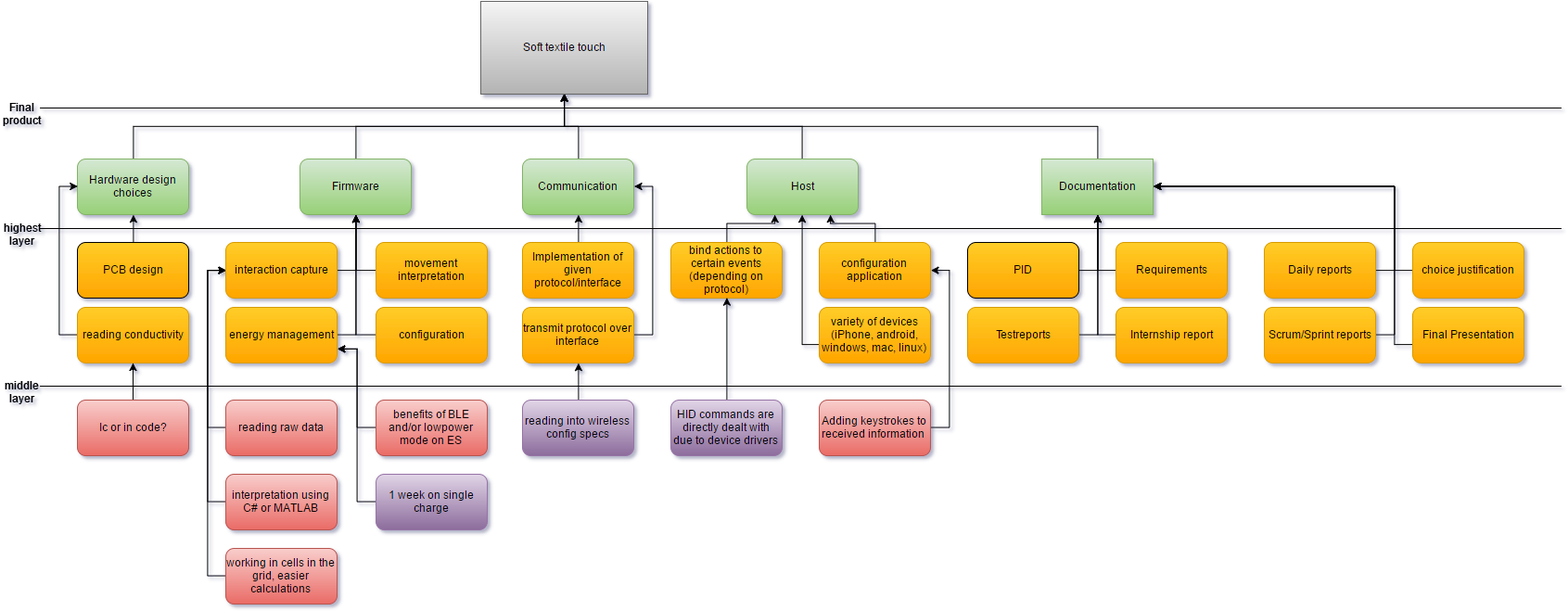
The draw.io diagram Documentatie/Initalisation documents/Decomposition diagram.png in JBMEChristophe/Internship, before a commit. Source tidied: cells renumbered, new cells last; positions are measured from the earlier drawing's top-left corner, leaving out a move shared by most shapes.
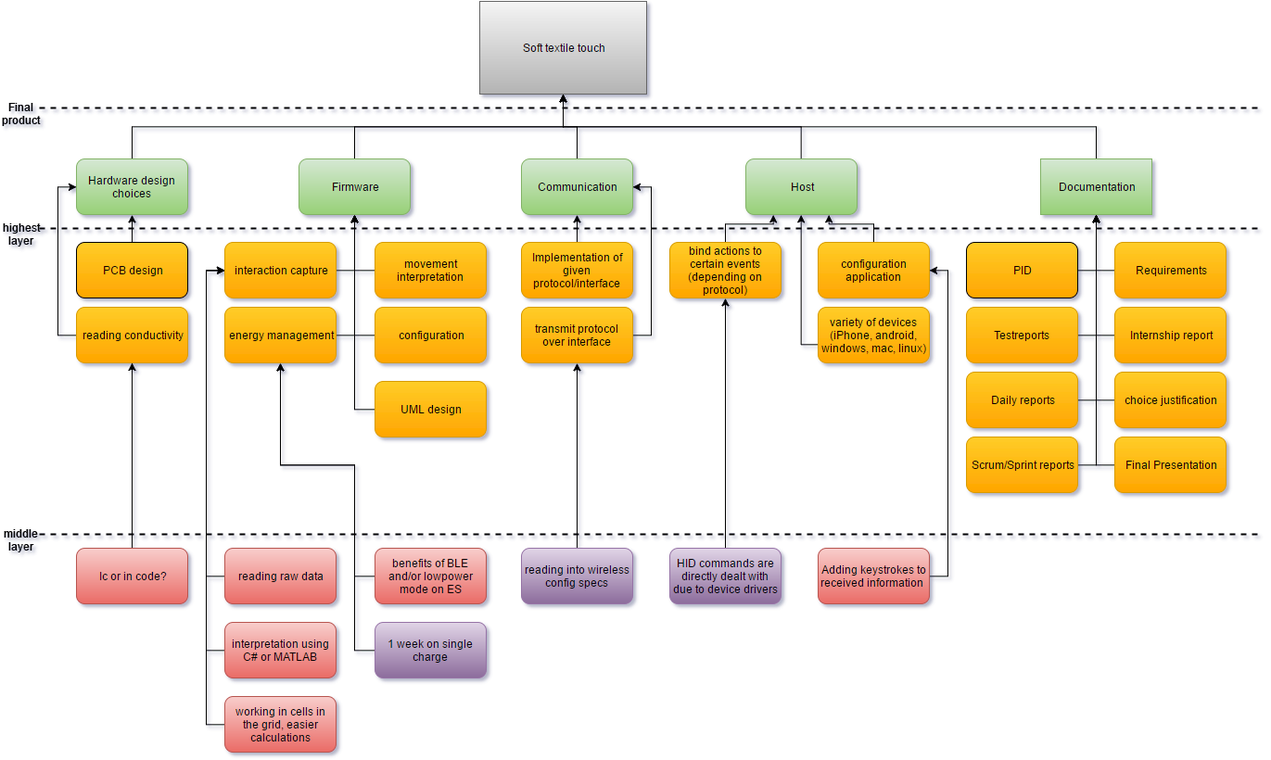
After the commit.

The edit, as a diff of the source:
```diff
@@ -89,46 +89,58 @@
       <mxGeometry relative="1" as="geometry" />
     </mxCell>
     <mxCell id="30" value="Ic or in code?" style="rounded=1;whiteSpace=wrap;html=1;plain-red;" parent="1" vertex="1">
-      <mxGeometry x="80" y="430" width="120" height="60" as="geometry" />
+      <mxGeometry x="80" y="590" width="120" height="60" as="geometry" />
     </mxCell>
     <mxCell id="31" style="edgeStyle=orthogonalEdgeStyle;rounded=0;html=1;exitX=0;exitY=0.5;entryX=0;entryY=0.5;jettySize=auto;" parent="1" edge="1" source="32" target="20">
       <mxGeometry relative="1" as="geometry" />
     </mxCell>
     <mxCell id="32" value="reading raw data" style="rounded=1;whiteSpace=wrap;html=1;shadow=0;plain-red;" parent="1" vertex="1">
-      <mxGeometry x="240" y="430" width="120" height="60" as="geometry" />
+      <mxGeometry x="240" y="590" width="120" height="60" as="geometry" />
     </mxCell>
     <mxCell id="33" style="edgeStyle=orthogonalEdgeStyle;rounded=0;html=1;exitX=0;exitY=0.5;entryX=0;entryY=0.5;jettySize=auto;" parent="1" edge="1" source="34" target="20">
       <mxGeometry relative="1" as="geometry" />
     </mxCell>
     <mxCell id="34" value="interpretation using C# or MATLAB" style="rounded=1;whiteSpace=wrap;html=1;plain-red;" parent="1" vertex="1">
-      <mxGeometry x="240" y="510" width="120" height="60" as="geometry" />
+      <mxGeometry x="240" y="670" width="120" height="60" as="geometry" />
     </mxCell>
-    <mxCell id="35" style="edgeStyle=orthogonalEdgeStyle;rounded=0;html=1;exitX=0;exitY=0.5;entryX=1;entryY=0.75;jettySize=auto;" parent="1" edge="1" source="36" target="18">
-      <mxGeometry relative="1" as="geometry" />
+    <mxCell id="35" style="edgeStyle=orthogonalEdgeStyle;rounded=0;html=1;exitX=0;exitY=0.5;entryX=0.5;entryY=1;jettySize=auto;" parent="1" edge="1" source="36" target="18">
+      <mxGeometry relative="1" as="geometry">
+        <Array as="points">
+          <mxPoint x="380" y="620" />
+          <mxPoint x="380" y="500" />
+          <mxPoint x="300" y="500" />
+        </Array>
+      </mxGeometry>
     </mxCell>
     <mxCell id="36" value="benefits of BLE and/or lowpower mode on ES" style="rounded=1;whiteSpace=wrap;html=1;shadow=0;plain-red;" parent="1" vertex="1">
-      <mxGeometry x="402" y="430" width="120" height="60" as="geometry" />
+      <mxGeometry x="402" y="590" width="120" height="60" as="geometry" />
     </mxCell>
-    <mxCell id="37" style="line;html=1;shadow=0;strokeColor=#000000;fillColor=#FFCD28;gradientColor=#FFA500;strokeWidth=1;" parent="1" vertex="1">
-      <mxGeometry x="40" y="240" width="1640" height="10" as="geometry" />
+    <mxCell id="37" style="line;html=1;shadow=0;strokeColor=#000000;fillColor=#FFCD28;gradientColor=#FFA500;strokeWidth=2;dashed=1;" parent="1" vertex="1">
+      <mxGeometry x="40" y="240" width="1320" height="10" as="geometry" />
     </mxCell>
     <mxCell id="38" value="highest layer" style="text;html=1;strokeColor=none;fillColor=none;align=center;verticalAlign=middle;whiteSpace=wrap;shadow=0;" parent="1" vertex="1">
       <mxGeometry y="241" width="40" height="20" as="geometry" />
     </mxCell>
-    <mxCell id="39" style="line;html=1;shadow=0;strokeColor=#000000;fillColor=#FFCD28;gradientColor=#FFA500;strokeWidth=1;" parent="1" vertex="1">
-      <mxGeometry x="40" y="410" width="1640" height="10" as="geometry" />
+    <mxCell id="39" style="line;html=1;shadow=0;strokeColor=#000000;fillColor=#FFCD28;gradientColor=#FFA500;strokeWidth=2;dashed=1;" parent="1" vertex="1">
+      <mxGeometry x="40" y="570" width="1320" height="10" as="geometry" />
     </mxCell>
     <mxCell id="40" value="middle layer" style="text;html=1;strokeColor=none;fillColor=none;align=center;verticalAlign=middle;whiteSpace=wrap;shadow=0;" parent="1" vertex="1">
-      <mxGeometry y="411" width="40" height="20" as="geometry" />
+      <mxGeometry y="571" width="40" height="20" as="geometry" />
     </mxCell>
-    <mxCell id="41" style="edgeStyle=orthogonalEdgeStyle;rounded=0;html=1;exitX=0;exitY=0.5;entryX=1;entryY=0.75;jettySize=auto;" parent="1" edge="1" source="42" target="18">
-      <mxGeometry relative="1" as="geometry" />
+    <mxCell id="41" style="edgeStyle=orthogonalEdgeStyle;rounded=0;html=1;exitX=0;exitY=0.5;entryX=0.5;entryY=1;jettySize=auto;" parent="1" edge="1" source="42" target="18">
+      <mxGeometry relative="1" as="geometry">
+        <Array as="points">
+          <mxPoint x="380" y="700" />
+          <mxPoint x="380" y="500" />
+          <mxPoint x="300" y="500" />
+        </Array>
+      </mxGeometry>
     </mxCell>
     <mxCell id="42" value="1 week on single charge" style="rounded=1;whiteSpace=wrap;html=1;shadow=0;strokeWidth=1;plain-purple;" parent="1" vertex="1">
-      <mxGeometry x="402" y="510" width="120" height="60" as="geometry" />
+      <mxGeometry x="402" y="670" width="120" height="60" as="geometry" />
     </mxCell>
-    <mxCell id="43" style="line;html=1;shadow=0;strokeColor=#000000;strokeWidth=1;fillColor=#FFCD28;gradientColor=#FFA500;" parent="1" vertex="1">
-      <mxGeometry x="40" y="110" width="1640" height="10" as="geometry" />
+    <mxCell id="43" style="line;html=1;shadow=0;strokeColor=#000000;strokeWidth=2;fillColor=#FFCD28;gradientColor=#FFA500;dashed=1;perimeterSpacing=1;" parent="1" vertex="1">
+      <mxGeometry x="40" y="110" width="1320" height="10" as="geometry" />
     </mxCell>
     <mxCell id="44" value="Final product" style="text;html=1;strokeColor=none;fillColor=none;align=center;verticalAlign=middle;whiteSpace=wrap;shadow=0;" parent="1" vertex="1">
       <mxGeometry y="111" width="40" height="20" as="geometry" />
@@ -137,13 +149,13 @@
       <mxGeometry relative="1" as="geometry" />
     </mxCell>
     <mxCell id="46" value="Adding keystrokes to received information&amp;nbsp;" style="rounded=1;whiteSpace=wrap;html=1;shadow=0;plain-red;" parent="1" vertex="1">
-      <mxGeometry x="880" y="430" width="120" height="60" as="geometry" />
+      <mxGeometry x="880" y="590" width="120" height="60" as="geometry" />
     </mxCell>
     <mxCell id="47" style="edgeStyle=orthogonalEdgeStyle;rounded=0;html=1;exitX=0;exitY=0.5;entryX=0;entryY=0.5;jettySize=auto;" parent="1" edge="1" source="48" target="20">
       <mxGeometry relative="1" as="geometry" />
     </mxCell>
     <mxCell id="48" value="working in cells in the grid, easier calculations" style="rounded=1;whiteSpace=wrap;html=1;shadow=0;plain-red;" parent="1" vertex="1">
-      <mxGeometry x="240" y="590" width="120" height="60" as="geometry" />
+      <mxGeometry x="240" y="750" width="120" height="60" as="geometry" />
     </mxCell>
     <mxCell id="49" style="edgeStyle=orthogonalEdgeStyle;rounded=0;html=1;exitX=0;exitY=0.5;entryX=0.5;entryY=1;jettySize=auto;" parent="1" edge="1" source="50" target="8">
       <mxGeometry relative="1" as="geometry">
@@ -159,13 +171,13 @@
       <mxGeometry relative="1" as="geometry" />
     </mxCell>
     <mxCell id="52" value="HID commands are directly dealt with due to device drivers" style="rounded=1;whiteSpace=wrap;html=1;shadow=0;strokeWidth=1;plain-purple;" parent="1" vertex="1">
-      <mxGeometry x="720" y="430" width="120" height="60" as="geometry" />
+      <mxGeometry x="720" y="590" width="120" height="60" as="geometry" />
     </mxCell>
     <mxCell id="53" style="edgeStyle=orthogonalEdgeStyle;rounded=0;html=1;exitX=0.5;exitY=0;entryX=0.5;entryY=1;jettySize=auto;" parent="1" edge="1" source="54" target="14">
       <mxGeometry relative="1" as="geometry" />
     </mxCell>
     <mxCell id="54" value="reading into wireless config specs" style="rounded=1;whiteSpace=wrap;html=1;shadow=0;strokeWidth=1;plain-purple;" parent="1" vertex="1">
-      <mxGeometry x="560" y="430" width="120" height="60" as="geometry" />
+      <mxGeometry x="560" y="590" width="120" height="60" as="geometry" />
     </mxCell>
     <mxCell id="55" style="edgeStyle=orthogonalEdgeStyle;rounded=0;html=1;exitX=0.5;exitY=0;entryX=0.5;entryY=1;jettySize=auto;" parent="1" edge="1" source="56" target="26">
       <mxGeometry relative="1" as="geometry" />
@@ -203,51 +215,39 @@
     <mxCell id="66" value="Internship report" style="rounded=1;whiteSpace=wrap;html=1;plain-orange;" parent="1" vertex="1">
       <mxGeometry x="1200" y="330" width="120" height="60" as="geometry" />
     </mxCell>
-    <mxCell id="67" style="edgeStyle=orthogonalEdgeStyle;rounded=0;html=1;exitX=0;exitY=0.5;entryX=1;entryY=0.5;jettySize=auto;" parent="1" edge="1" source="68" target="58">
-      <mxGeometry relative="1" as="geometry">
-        <Array as="points">
-          <mxPoint x="1500" y="370" />
-          <mxPoint x="1500" y="200" />
-        </Array>
-      </mxGeometry>
-    </mxCell>
+    <mxCell id="75" style="edgeStyle=orthogonalEdgeStyle;rounded=0;html=1;exitX=0;exitY=0.5;jettySize=auto;" parent="1" edge="1" source="68">
+      <mxGeometry relative="1" as="geometry">
+        <mxPoint x="1180" y="230" as="targetPoint" />
+      </mxGeometry>
+    </mxCell>
     <mxCell id="68" value="Final Presentation" style="rounded=1;whiteSpace=wrap;html=1;plain-orange;" parent="1" vertex="1">
-      <mxGeometry x="1520" y="330" width="120" height="60" as="geometry" />
+      <mxGeometry x="1200" y="470" width="120" height="60" as="geometry" />
     </mxCell>
-    <mxCell id="69" style="edgeStyle=orthogonalEdgeStyle;rounded=0;html=1;exitX=0;exitY=0.5;entryX=1;entryY=0.5;jettySize=auto;" parent="1" edge="1" source="70" target="58">
-      <mxGeometry relative="1" as="geometry">
-        <Array as="points">
-          <mxPoint x="1500" y="290" />
-          <mxPoint x="1500" y="200" />
-        </Array>
-      </mxGeometry>
-    </mxCell>
+    <mxCell id="76" style="edgeStyle=orthogonalEdgeStyle;rounded=0;html=1;exitX=0;exitY=0.5;jettySize=auto;" parent="1" edge="1" source="70">
+      <mxGeometry relative="1" as="geometry">
+        <mxPoint x="1180" y="230" as="targetPoint" />
+      </mxGeometry>
+    </mxCell>
     <mxCell id="70" value="choice justification" style="rounded=1;whiteSpace=wrap;html=1;plain-orange;" parent="1" vertex="1">
-      <mxGeometry x="1520" y="260" width="120" height="60" as="geometry" />
+      <mxGeometry x="1200" y="400" width="120" height="60" as="geometry" />
     </mxCell>
-    <mxCell id="71" style="edgeStyle=orthogonalEdgeStyle;rounded=0;html=1;exitX=1;exitY=0.5;jettySize=auto;" parent="1" edge="1" source="72">
-      <mxGeometry relative="1" as="geometry">
-        <mxPoint x="1240" y="200" as="targetPoint" />
-        <Array as="points">
-          <mxPoint x="1500" y="290" />
-          <mxPoint x="1500" y="200" />
-        </Array>
-      </mxGeometry>
-    </mxCell>
+    <mxCell id="77" style="edgeStyle=orthogonalEdgeStyle;rounded=0;html=1;exitX=1;exitY=0.5;entryX=0.5;entryY=1;jettySize=auto;" parent="1" edge="1" source="72" target="58">
+      <mxGeometry relative="1" as="geometry" />
+    </mxCell>
     <mxCell id="72" value="Daily reports" style="rounded=1;whiteSpace=wrap;html=1;plain-orange;" parent="1" vertex="1">
-      <mxGeometry x="1360" y="260" width="120" height="60" as="geometry" />
+      <mxGeometry x="1040" y="400" width="120" height="60" as="geometry" />
     </mxCell>
-    <mxCell id="73" style="edgeStyle=orthogonalEdgeStyle;rounded=0;html=1;exitX=1;exitY=0.5;jettySize=auto;" parent="1" edge="1" source="74">
-      <mxGeometry relative="1" as="geometry">
-        <mxPoint x="1240" y="200" as="targetPoint" />
-        <Array as="points">
-          <mxPoint x="1500" y="360" />
-          <mxPoint x="1500" y="200" />
-        </Array>
-      </mxGeometry>
-    </mxCell>
+    <mxCell id="78" style="edgeStyle=orthogonalEdgeStyle;rounded=0;html=1;exitX=1;exitY=0.5;entryX=0.5;entryY=1;jettySize=auto;" parent="1" edge="1" source="74" target="58">
+      <mxGeometry relative="1" as="geometry" />
+    </mxCell>
     <mxCell id="74" value="Scrum/Sprint reports" style="rounded=1;whiteSpace=wrap;html=1;plain-orange;" parent="1" vertex="1">
-      <mxGeometry x="1360" y="330" width="120" height="60" as="geometry" />
+      <mxGeometry x="1040" y="470" width="120" height="60" as="geometry" />
     </mxCell>
+    <mxCell id="79" style="edgeStyle=orthogonalEdgeStyle;rounded=0;html=1;exitX=0;exitY=0.5;entryX=0.5;entryY=1;jettySize=auto;" parent="1" edge="1" source="80" target="4">
+      <mxGeometry relative="1" as="geometry" />
+    </mxCell>
+    <mxCell id="80" value="UML design" style="rounded=1;whiteSpace=wrap;html=1;plain-orange;" parent="1" vertex="1">
+      <mxGeometry x="402" y="410" width="120" height="60" as="geometry" />
+    </mxCell>
   </root>
 </mxGraphModel>
```
